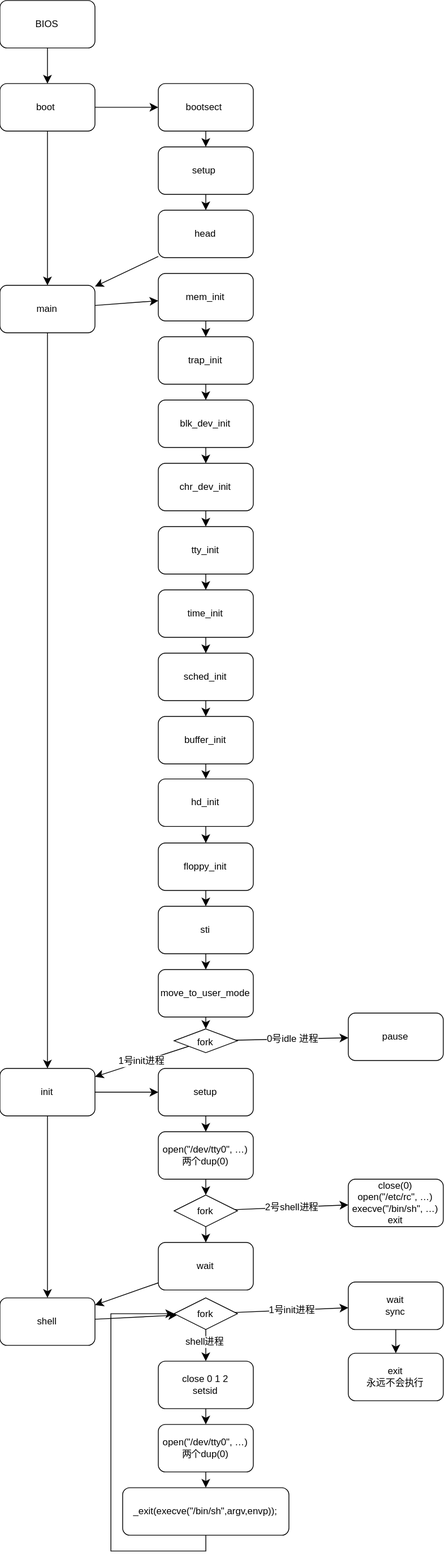
Earlier version of the draw.io export Linux 0.11启动流程.drawio.svg (chenxi829/draw_many_pic). Source tidied: cells renumbered, new cells last; positions are measured from the earlier drawing's top-left corner, leaving out a move shared by most shapes.
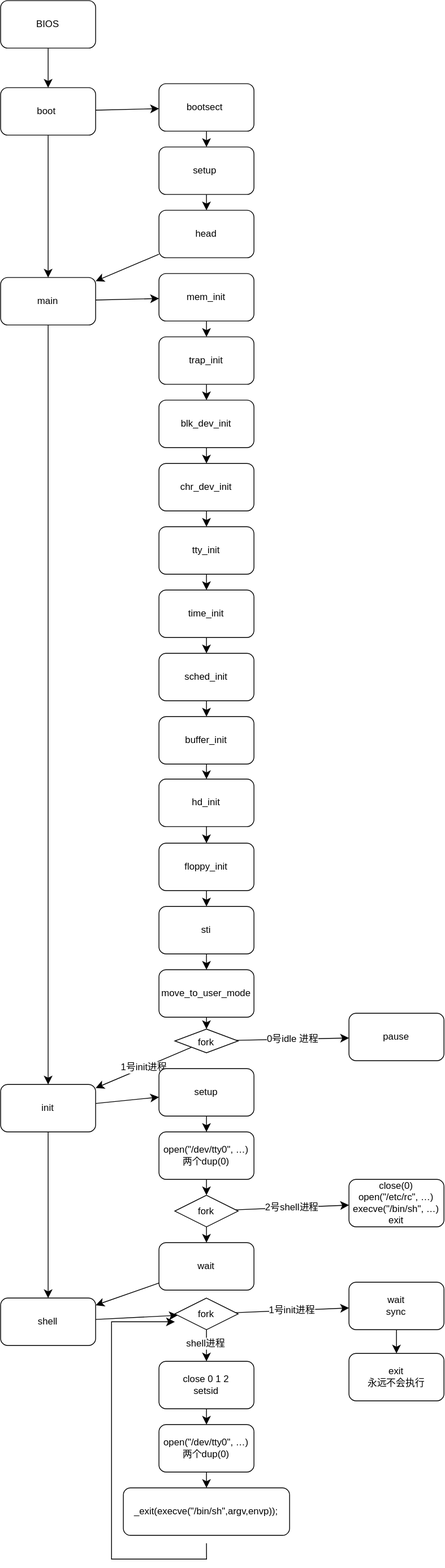
Later version of the same file.

Commit message:
少了一根线，还得再传一次

Diff of the diagram source:
```diff
@@ -13,7 +13,7 @@
       <mxGeometry relative="1" as="geometry" />
     </mxCell>
     <mxCell id="6" value="boot&amp;nbsp;" style="rounded=1;whiteSpace=wrap;html=1;" parent="2" vertex="1">
-      <mxGeometry y="105" width="120" height="60" as="geometry" />
+      <mxGeometry y="110" width="120" height="60" as="geometry" />
     </mxCell>
     <mxCell id="7" style="endArrow=classic;html=1;rounded=0;fontSize=12;startSize=8;endSize=8;curved=1;" parent="2" edge="1" source="6" target="8">
       <mxGeometry relative="1" as="geometry" />
@@ -34,7 +34,7 @@
       <mxGeometry relative="1" as="geometry" />
     </mxCell>
     <mxCell id="13" value="main" style="whiteSpace=wrap;html=1;rounded=1;" parent="2" vertex="1">
-      <mxGeometry y="360" width="120" height="60" as="geometry" />
+      <mxGeometry y="350" width="120" height="60" as="geometry" />
     </mxCell>
     <mxCell id="14" value="mem_init" style="rounded=1;whiteSpace=wrap;html=1;" parent="2" vertex="1">
       <mxGeometry x="200" y="345" width="120" height="60" as="geometry" />
@@ -115,7 +115,7 @@
       <mxGeometry relative="1" as="geometry" />
     </mxCell>
     <mxCell id="40" value="init" style="rounded=1;whiteSpace=wrap;html=1;" parent="2" vertex="1">
-      <mxGeometry y="1350" width="120" height="60" as="geometry" />
+      <mxGeometry y="1370" width="120" height="60" as="geometry" />
     </mxCell>
     <mxCell id="41" style="endArrow=classic;html=1;rounded=0;fontSize=12;startSize=8;endSize=8;curved=1;" parent="2" edge="1" source="13" target="40">
       <mxGeometry relative="1" as="geometry" />
@@ -207,12 +207,14 @@
     <mxCell id="70" value="_exit(execve(&quot;/bin/sh&quot;,argv,envp));" style="whiteSpace=wrap;html=1;rounded=1;" parent="2" vertex="1">
       <mxGeometry x="155" y="1880" width="210" height="60" as="geometry" />
     </mxCell>
-    <mxCell id="71" style="endArrow=classic;html=1;rounded=0;fontSize=12;startSize=8;endSize=8;edgeStyle=orthogonalEdgeStyle;entryX=0;entryY=0.5;entryDx=0;entryDy=0;" parent="2" edge="1" source="70" target="63">
+    <mxCell id="71" style="endArrow=classic;html=1;rounded=0;fontSize=12;startSize=8;endSize=8;edgeStyle=orthogonalEdgeStyle;entryX=0;entryY=0.5;entryDx=0;entryDy=0;" parent="2" edge="1">
       <mxGeometry relative="1" as="geometry">
+        <mxPoint x="260" y="1950" as="sourcePoint" />
+        <mxPoint x="220" y="1670" as="targetPoint" />
         <Array as="points">
-          <mxPoint x="260" y="1960" />
-          <mxPoint x="140.1" y="1960" />
-          <mxPoint x="140.1" y="1660" />
+          <mxPoint x="260" y="1970" />
+          <mxPoint x="140.1" y="1970" />
+          <mxPoint x="140.1" y="1670" />
         </Array>
       </mxGeometry>
     </mxCell>
```
